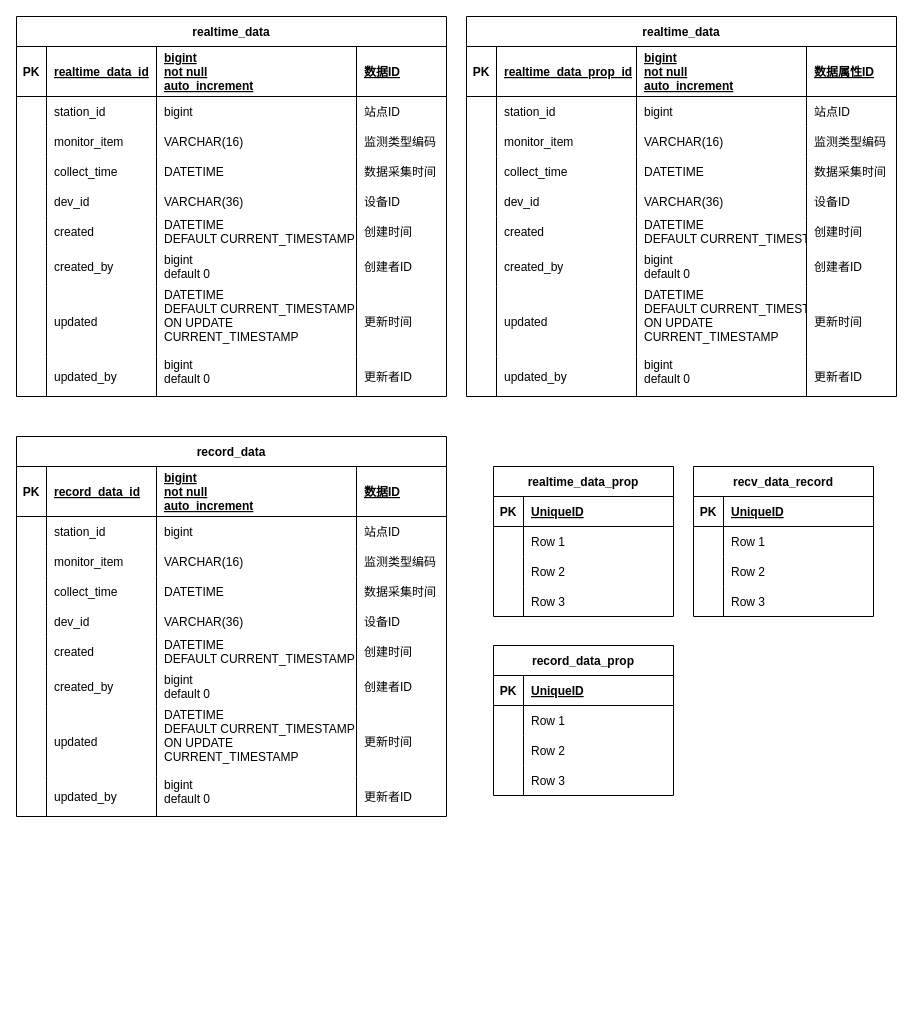
Before: 监测数据.drawio in 514094388/Hms-ER, a draw.io diagram. Source tidied: cells renumbered, new cells numbered last; positions are measured from the earlier drawing's top-left corner, leaving out a move shared by most shapes. Both pictures are drawn from the tidied source at 100%, with x=0, y=0 at pixel (16, 16).
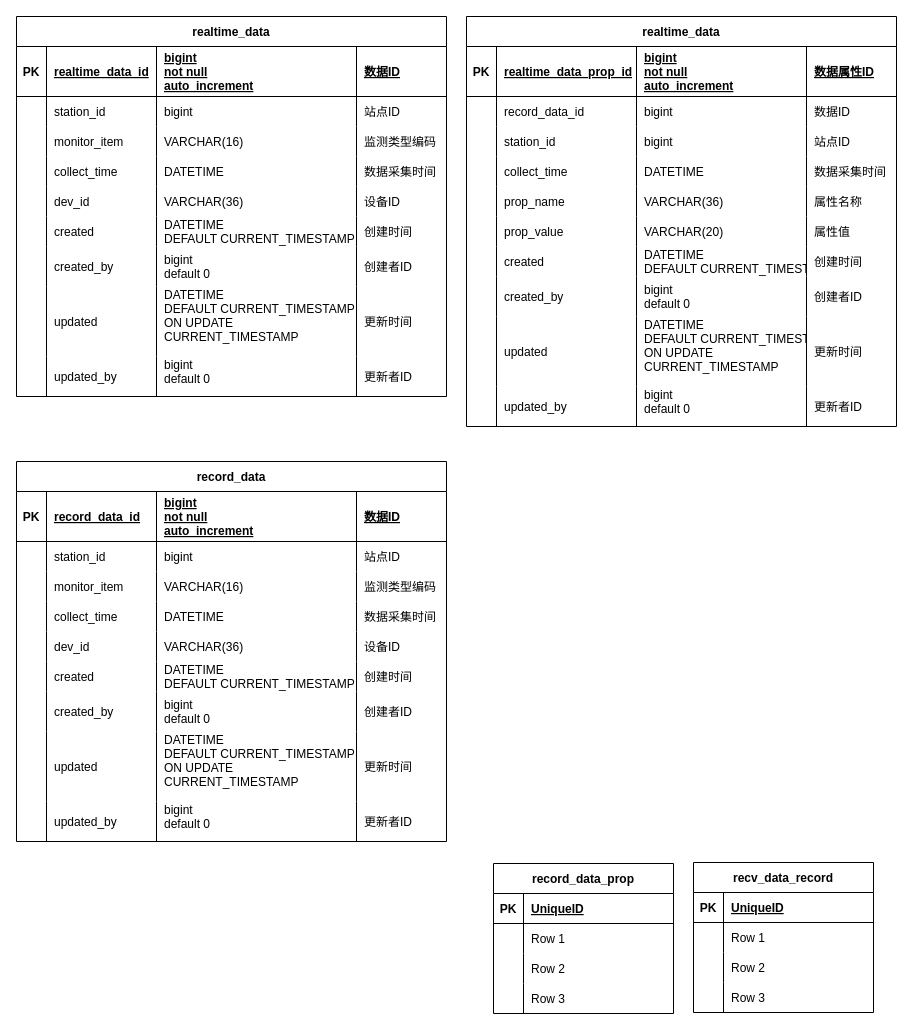
The same page after the edit.

Commit message (it also covers changes not shown here):
更新监测数据.drawio

The change refers to these unchanged cells:
```xml
<mxCell id="154" style="shape=tableRow;horizontal=0;startSize=0;swimlaneHead=0;swimlaneBody=0;fillColor=none;top=0;left=0;right=0;bottom=0;" parent="133" vertex="1">
  <mxGeometry y="170" width="430" height="30" as="geometry" />
</mxCell>
```

Diff of the diagram source:
```diff
@@
-    <mxCell id="48" value="realtime_data_prop" style="shape=table;startSize=30;childLayout=tableLayout;rowLines=0;fontStyle=1;align=center;" parent="1" vertex="1">
-      <mxGeometry x="477" y="450" width="180" height="150" as="geometry" />
-    </mxCell>
-    <mxCell id="49" style="shape=tableRow;horizontal=0;startSize=0;swimlaneHead=0;swimlaneBody=0;fillColor=none;top=0;left=0;right=0;bottom=1;" parent="48" vertex="1">
-      <mxGeometry y="30" width="180" height="30" as="geometry" />
-    </mxCell>
-    <mxCell id="50" value="PK" style="shape=partialRectangle;fillColor=none;top=0;left=0;bottom=0;right=0;fontStyle=1;overflow=hidden;" parent="49" vertex="1">
-      <mxGeometry width="30" height="30" as="geometry" />
-    </mxCell>
-    <mxCell id="51" value="UniqueID" style="shape=partialRectangle;fillColor=none;top=0;left=0;bottom=0;right=0;align=left;spacingLeft=6;fontStyle=5;overflow=hidden;" parent="49" vertex="1">
-      <mxGeometry x="30" width="150" height="30" as="geometry" />
-    </mxCell>
-    <mxCell id="52" style="shape=tableRow;horizontal=0;startSize=0;swimlaneHead=0;swimlaneBody=0;fillColor=none;top=0;left=0;right=0;bottom=0;" parent="48" vertex="1">
-      <mxGeometry y="60" width="180" height="30" as="geometry" />
-    </mxCell>
-    <mxCell id="53" style="shape=partialRectangle;fillColor=none;top=0;left=0;bottom=0;right=0;overflow=hidden;" parent="52" vertex="1">
-      <mxGeometry width="30" height="30" as="geometry" />
-    </mxCell>
-    <mxCell id="54" value="Row 1" style="shape=partialRectangle;fillColor=none;top=0;left=0;bottom=0;right=0;align=left;spacingLeft=6;overflow=hidden;" parent="52" vertex="1">
-      <mxGeometry x="30" width="150" height="30" as="geometry" />
-    </mxCell>
-    <mxCell id="55" style="shape=tableRow;horizontal=0;startSize=0;swimlaneHead=0;swimlaneBody=0;fillColor=none;top=0;left=0;right=0;bottom=0;" parent="48" vertex="1">
-      <mxGeometry y="90" width="180" height="30" as="geometry" />
-    </mxCell>
-    <mxCell id="56" style="shape=partialRectangle;fillColor=none;top=0;left=0;bottom=0;right=0;overflow=hidden;" parent="55" vertex="1">
-      <mxGeometry width="30" height="30" as="geometry" />
-    </mxCell>
-    <mxCell id="57" value="Row 2" style="shape=partialRectangle;fillColor=none;top=0;left=0;bottom=0;right=0;align=left;spacingLeft=6;overflow=hidden;" parent="55" vertex="1">
-      <mxGeometry x="30" width="150" height="30" as="geometry" />
-    </mxCell>
-    <mxCell id="58" style="shape=tableRow;horizontal=0;startSize=0;swimlaneHead=0;swimlaneBody=0;fillColor=none;top=0;left=0;right=0;bottom=0;" parent="48" vertex="1">
-      <mxGeometry y="120" width="180" height="30" as="geometry" />
-    </mxCell>
-    <mxCell id="59" style="shape=partialRectangle;fillColor=none;top=0;left=0;bottom=0;right=0;overflow=hidden;" parent="58" vertex="1">
-      <mxGeometry width="30" height="30" as="geometry" />
-    </mxCell>
-    <mxCell id="60" value="Row 3" style="shape=partialRectangle;fillColor=none;top=0;left=0;bottom=0;right=0;align=left;spacingLeft=6;overflow=hidden;" parent="58" vertex="1">
-      <mxGeometry x="30" width="150" height="30" as="geometry" />
-    </mxCell>
     <mxCell id="61" value="record_data_prop" style="shape=table;startSize=30;childLayout=tableLayout;rowLines=0;fontStyle=1;align=center;" parent="1" vertex="1">
-      <mxGeometry x="477" y="629" width="180" height="150" as="geometry" />
+      <mxGeometry x="477" y="847" width="180" height="150" as="geometry" />
     </mxCell>
@@
     <mxCell id="74" value="recv_data_record" style="shape=table;startSize=30;childLayout=tableLayout;rowLines=0;fontStyle=1;align=center;" parent="1" vertex="1">
-      <mxGeometry x="677" y="450" width="180" height="150" as="geometry" />
+      <mxGeometry x="677" y="846" width="180" height="150" as="geometry" />
     </mxCell>
@@
     <mxCell id="87" value="record_data" style="shape=table;startSize=30;childLayout=tableLayout;rowLines=0;fontStyle=1;align=center;" parent="1" vertex="1">
-      <mxGeometry y="420" width="430" height="380" as="geometry" />
+      <mxGeometry y="445" width="430" height="380" as="geometry" />
     </mxCell>
@@
     <mxCell id="133" value="realtime_data" style="shape=table;startSize=30;childLayout=tableLayout;rowLines=0;fontStyle=1;align=center;" parent="1" vertex="1">
-      <mxGeometry x="450" width="430" height="380" as="geometry" />
+      <mxGeometry x="450" width="430" height="410" as="geometry" />
     </mxCell>
@@
+    <mxCell id="179" style="shape=tableRow;horizontal=0;startSize=0;swimlaneHead=0;swimlaneBody=0;fillColor=none;top=0;left=0;right=0;bottom=0;" parent="133" vertex="1">
+      <mxGeometry y="80" width="430" height="30" as="geometry" />
+    </mxCell>
+    <mxCell id="180" style="shape=partialRectangle;fillColor=none;top=0;left=0;bottom=0;right=0;overflow=hidden;" parent="179" vertex="1">
+      <mxGeometry width="30" height="30" as="geometry" />
+    </mxCell>
+    <mxCell id="181" value="record_data_id" style="shape=partialRectangle;fillColor=none;top=0;left=0;bottom=0;right=0;align=left;spacingLeft=6;overflow=hidden;" parent="179" vertex="1">
+      <mxGeometry x="30" width="140" height="30" as="geometry" />
+    </mxCell>
+    <mxCell id="182" value="bigint" style="shape=partialRectangle;fillColor=none;top=0;left=0;bottom=0;right=0;align=left;spacingLeft=6;overflow=hidden;" parent="179" vertex="1">
+      <mxGeometry x="170" width="170" height="30" as="geometry" />
+    </mxCell>
+    <mxCell id="183" value="数据ID" style="shape=partialRectangle;fillColor=none;top=0;left=0;bottom=0;right=0;align=left;spacingLeft=6;overflow=hidden;" parent="179" vertex="1">
+      <mxGeometry x="340" width="90" height="30" as="geometry" />
+    </mxCell>
     <mxCell id="139" style="shape=tableRow;horizontal=0;startSize=0;swimlaneHead=0;swimlaneBody=0;fillColor=none;top=0;left=0;right=0;bottom=0;" parent="133" vertex="1">
-      <mxGeometry y="80" width="430" height="30" as="geometry" />
+      <mxGeometry y="110" width="430" height="30" as="geometry" />
     </mxCell>
@@
-    <mxCell id="144" style="shape=tableRow;horizontal=0;startSize=0;swimlaneHead=0;swimlaneBody=0;fillColor=none;top=0;left=0;right=0;bottom=0;" parent="133" vertex="1">
-      <mxGeometry y="110" width="430" height="30" as="geometry" />
-    </mxCell>
-    <mxCell id="145" style="shape=partialRectangle;fillColor=none;top=0;left=0;bottom=0;right=0;overflow=hidden;" parent="144" vertex="1">
-      <mxGeometry width="30" height="30" as="geometry" />
-    </mxCell>
-    <mxCell id="146" value="monitor_item" style="shape=partialRectangle;fillColor=none;top=0;left=0;bottom=0;right=0;align=left;spacingLeft=6;overflow=hidden;" parent="144" vertex="1">
-      <mxGeometry x="30" width="140" height="30" as="geometry" />
-    </mxCell>
-    <mxCell id="147" value="VARCHAR(16)" style="shape=partialRectangle;fillColor=none;top=0;left=0;bottom=0;right=0;align=left;spacingLeft=6;overflow=hidden;" parent="144" vertex="1">
-      <mxGeometry x="170" width="170" height="30" as="geometry" />
-    </mxCell>
-    <mxCell id="148" value="监测类型编码" style="shape=partialRectangle;fillColor=none;top=0;left=0;bottom=0;right=0;align=left;spacingLeft=6;overflow=hidden;" parent="144" vertex="1">
-      <mxGeometry x="340" width="90" height="30" as="geometry" />
-    </mxCell>
@@
-    <mxCell id="155" style="shape=partialRectangle;fillColor=none;top=0;left=0;bottom=0;right=0;overflow=hidden;" parent="154" vertex="1">
-      <mxGeometry width="30" height="30" as="geometry" />
-    </mxCell>
-    <mxCell id="156" value="dev_id" style="shape=partialRectangle;fillColor=none;top=0;left=0;bottom=0;right=0;align=left;spacingLeft=6;overflow=hidden;" parent="154" vertex="1">
-      <mxGeometry x="30" width="140" height="30" as="geometry" />
-    </mxCell>
+    <mxCell id="184" style="shape=partialRectangle;fillColor=none;top=0;left=0;bottom=0;right=0;overflow=hidden;" parent="154" vertex="1">
+      <mxGeometry width="30" height="30" as="geometry" />
+    </mxCell>
+    <mxCell id="185" value="prop_name" style="shape=partialRectangle;fillColor=none;top=0;left=0;bottom=0;right=0;align=left;spacingLeft=6;overflow=hidden;" parent="154" vertex="1">
+      <mxGeometry x="30" width="140" height="30" as="geometry" />
+    </mxCell>
@@
-    <mxCell id="158" value="设备ID" style="shape=partialRectangle;fillColor=none;top=0;left=0;bottom=0;right=0;align=left;spacingLeft=6;overflow=hidden;" parent="154" vertex="1">
-      <mxGeometry x="340" width="90" height="30" as="geometry" />
-    </mxCell>
+    <mxCell id="186" value="属性名称" style="shape=partialRectangle;fillColor=none;top=0;left=0;bottom=0;right=0;align=left;spacingLeft=6;overflow=hidden;" parent="154" vertex="1">
+      <mxGeometry x="340" width="90" height="30" as="geometry" />
+    </mxCell>
+    <mxCell id="187" style="shape=tableRow;horizontal=0;startSize=0;swimlaneHead=0;swimlaneBody=0;fillColor=none;top=0;left=0;right=0;bottom=0;" parent="133" vertex="1">
+      <mxGeometry y="200" width="430" height="30" as="geometry" />
+    </mxCell>
+    <mxCell id="188" style="shape=partialRectangle;fillColor=none;top=0;left=0;bottom=0;right=0;overflow=hidden;" parent="187" vertex="1">
+      <mxGeometry width="30" height="30" as="geometry" />
+    </mxCell>
+    <mxCell id="189" value="prop_value" style="shape=partialRectangle;fillColor=none;top=0;left=0;bottom=0;right=0;align=left;spacingLeft=6;overflow=hidden;" parent="187" vertex="1">
+      <mxGeometry x="30" width="140" height="30" as="geometry" />
+    </mxCell>
+    <mxCell id="190" value="VARCHAR(20)" style="shape=partialRectangle;fillColor=none;top=0;left=0;bottom=0;right=0;align=left;spacingLeft=6;overflow=hidden;" parent="187" vertex="1">
+      <mxGeometry x="170" width="170" height="30" as="geometry" />
+    </mxCell>
+    <mxCell id="191" value="属性值" style="shape=partialRectangle;fillColor=none;top=0;left=0;bottom=0;right=0;align=left;spacingLeft=6;overflow=hidden;" parent="187" vertex="1">
+      <mxGeometry x="340" width="90" height="30" as="geometry" />
+    </mxCell>
     <mxCell id="159" style="shape=tableRow;horizontal=0;startSize=0;swimlaneHead=0;swimlaneBody=0;fillColor=none;top=0;left=0;right=0;bottom=0;" parent="133" vertex="1">
-      <mxGeometry y="200" width="430" height="30" as="geometry" />
+      <mxGeometry y="230" width="430" height="30" as="geometry" />
     </mxCell>
@@
     <mxCell id="164" style="shape=tableRow;horizontal=0;startSize=0;swimlaneHead=0;swimlaneBody=0;fillColor=none;top=0;left=0;right=0;bottom=0;" parent="133" vertex="1">
-      <mxGeometry y="230" width="430" height="40" as="geometry" />
+      <mxGeometry y="260" width="430" height="40" as="geometry" />
     </mxCell>
@@
     <mxCell id="169" style="shape=tableRow;horizontal=0;startSize=0;swimlaneHead=0;swimlaneBody=0;fillColor=none;top=0;left=0;right=0;bottom=0;" parent="133" vertex="1">
-      <mxGeometry y="270" width="430" height="70" as="geometry" />
+      <mxGeometry y="300" width="430" height="70" as="geometry" />
     </mxCell>
@@
     <mxCell id="174" style="shape=tableRow;horizontal=0;startSize=0;swimlaneHead=0;swimlaneBody=0;fillColor=none;top=0;left=0;right=0;bottom=0;" parent="133" vertex="1">
-      <mxGeometry y="340" width="430" height="40" as="geometry" />
+      <mxGeometry y="370" width="430" height="40" as="geometry" />
     </mxCell>
```
